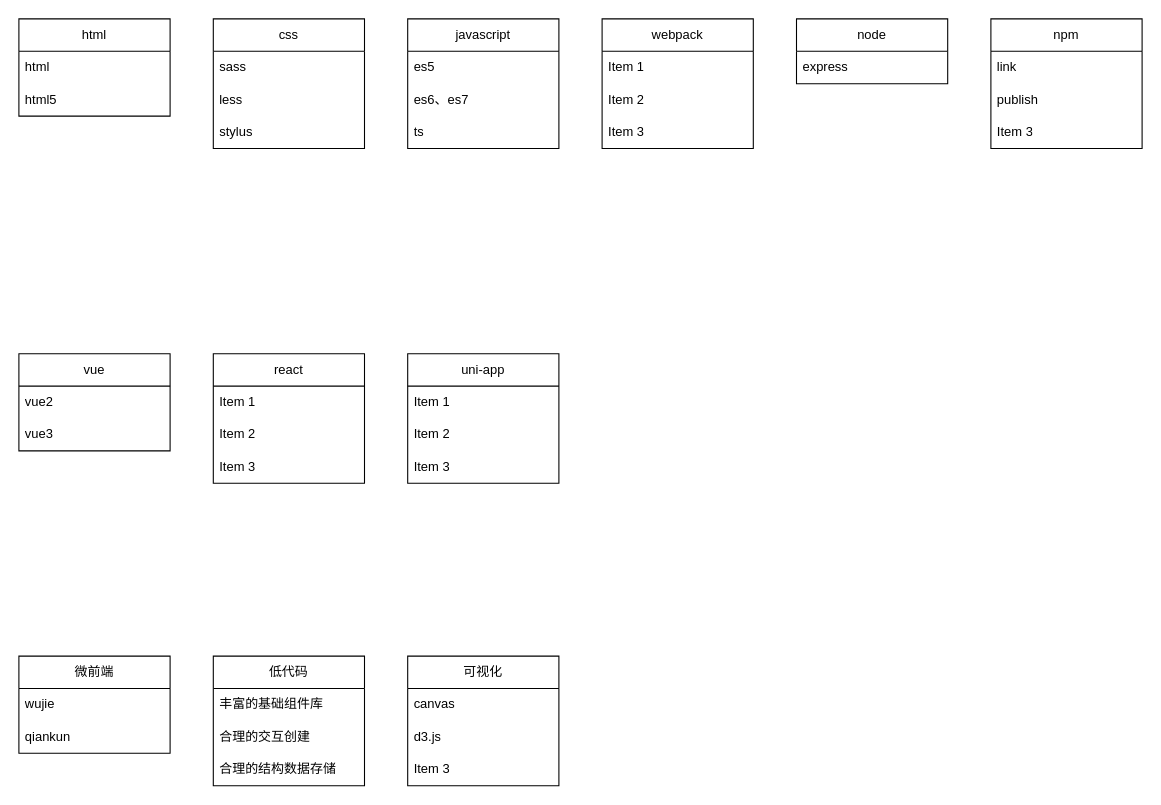
Above: 前端知识体系.drawio in github-zoqg/study (draw.io), before the change. Source tidied: cells renumbered, new cells numbered last; positions are measured from the earlier drawing's top-left corner, leaving out a move shared by most shapes. Both pictures are drawn from the tidied source at 108%, with x=0, y=0 at pixel (18, 18).
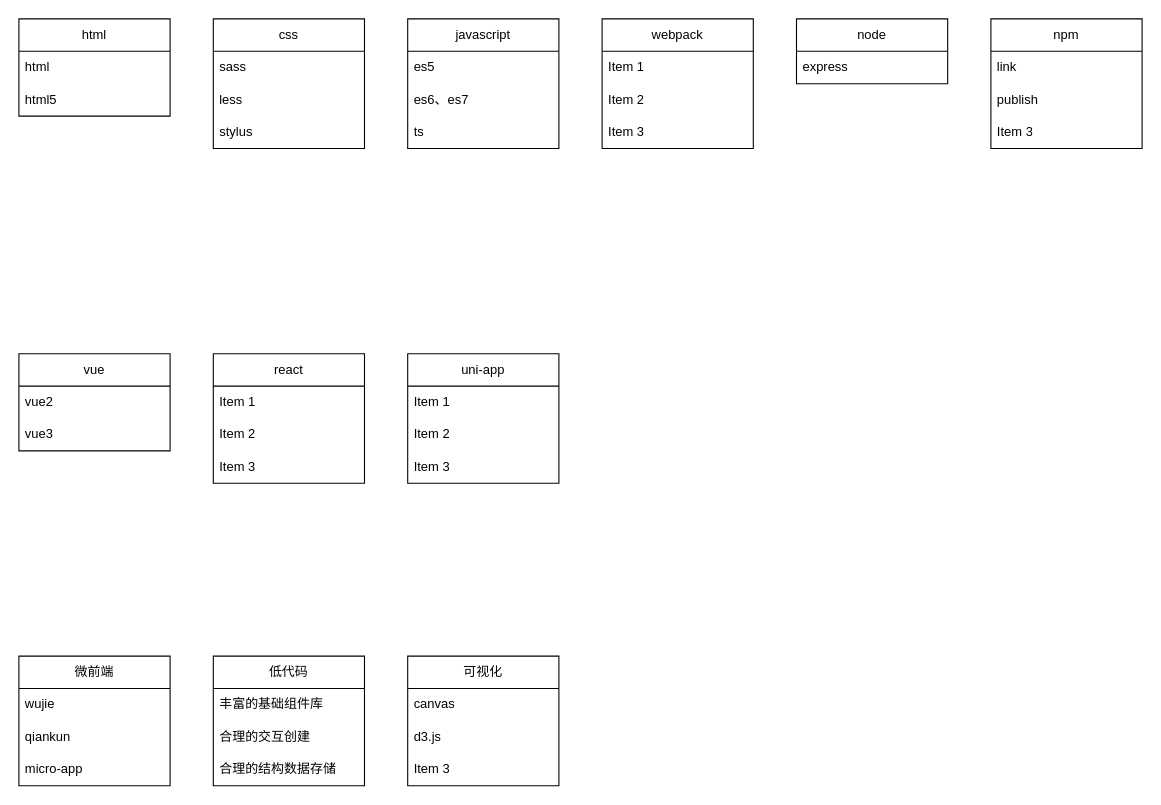
Above is the later version.

The edit, as a diff of the source:
```diff
@@
     <mxCell id="34" value="微前端" style="swimlane;fontStyle=0;horizontal=1;startSize=30;whiteSpace=wrap;html=1;" parent="1" vertex="1">
-      <mxGeometry y="590" width="140" height="90" as="geometry" />
+      <mxGeometry y="590" width="140" height="120" as="geometry" />
     </mxCell>
@@
+    <mxCell id="45" value="micro-app" style="text;strokeColor=none;fillColor=none;align=left;verticalAlign=middle;spacingLeft=4;spacingRight=4;overflow=hidden;whiteSpace=wrap;html=1;" parent="34" vertex="1">
+      <mxGeometry y="90" width="140" height="30" as="geometry" />
+    </mxCell>
```
